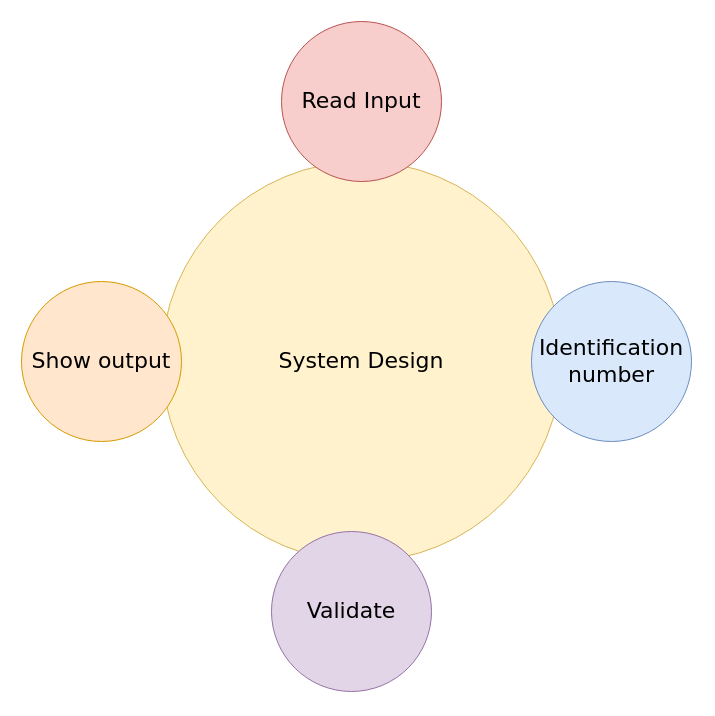
Before: 2_Architecture/Behavior Diagrams/Untitled Diagram.drawio in praveenct7/Ltts_Mini_Project, a draw.io diagram. Source tidied: cells renumbered, new cells numbered last; positions are measured from the earlier drawing's top-left corner, leaving out a move shared by most shapes. Both pictures are drawn from the tidied source at 100%, with x=0, y=0 at pixel (21, 21).
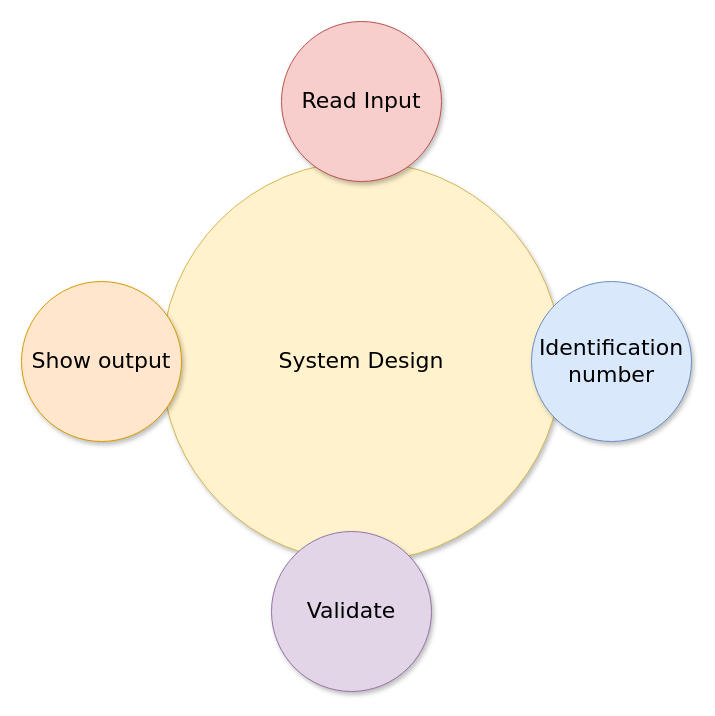
The same diagram, later.

The edit, as a diff of the source:
```diff
@@
 <mxGraphModel background="#ffffff">
   <root>
     <mxCell id="0" />
     <mxCell id="1" parent="0" />
-    <mxCell id="2" value="System Design" style="ellipse;whiteSpace=wrap;html=1;rounded=0;shadow=0;dashed=0;comic=0;fontFamily=Verdana;fontSize=22;fillColor=#fff2cc;strokeColor=#d6b656;" parent="1" vertex="1">
+    <mxCell id="2" value="System Design" style="ellipse;whiteSpace=wrap;html=1;rounded=0;shadow=1;dashed=0;comic=0;fontFamily=Verdana;fontSize=22;fillColor=#fff2cc;strokeColor=#d6b656;sketch=0;" parent="1" vertex="1">
       <mxGeometry x="140" y="140" width="400" height="400" as="geometry" />
     </mxCell>
-    <mxCell id="3" value="Read Input" style="ellipse;whiteSpace=wrap;html=1;rounded=0;shadow=0;dashed=0;comic=0;fontFamily=Verdana;fontSize=22;fillColor=#f8cecc;strokeColor=#b85450;" parent="1" vertex="1">
+    <mxCell id="3" value="Read Input" style="ellipse;whiteSpace=wrap;html=1;rounded=0;shadow=1;dashed=0;comic=0;fontFamily=Verdana;fontSize=22;fillColor=#f8cecc;strokeColor=#b85450;" parent="1" vertex="1">
       <mxGeometry x="260" width="160" height="160" as="geometry" />
     </mxCell>
-    <mxCell id="4" value="Validate" style="ellipse;whiteSpace=wrap;html=1;rounded=0;shadow=0;dashed=0;comic=0;fontFamily=Verdana;fontSize=22;fillColor=#e1d5e7;strokeColor=#9673a6;" parent="1" vertex="1">
+    <mxCell id="4" value="Validate" style="ellipse;whiteSpace=wrap;html=1;rounded=0;shadow=1;dashed=0;comic=0;fontFamily=Verdana;fontSize=22;fillColor=#e1d5e7;strokeColor=#9673a6;" parent="1" vertex="1">
       <mxGeometry x="250" y="510" width="160" height="160" as="geometry" />
     </mxCell>
-    <mxCell id="5" value="Identification number" style="ellipse;whiteSpace=wrap;html=1;rounded=0;shadow=0;dashed=0;comic=0;fontFamily=Verdana;fontSize=22;fillColor=#dae8fc;strokeColor=#6c8ebf;" parent="1" vertex="1">
+    <mxCell id="5" value="Identification number" style="ellipse;whiteSpace=wrap;html=1;rounded=0;shadow=1;dashed=0;comic=0;fontFamily=Verdana;fontSize=22;fillColor=#dae8fc;strokeColor=#6c8ebf;" parent="1" vertex="1">
       <mxGeometry x="510" y="260" width="160" height="160" as="geometry" />
     </mxCell>
-    <mxCell id="6" value="Show output" style="ellipse;whiteSpace=wrap;html=1;rounded=0;shadow=0;dashed=0;comic=0;fontFamily=Verdana;fontSize=22;fillColor=#ffe6cc;strokeColor=#d79b00;" parent="1" vertex="1">
+    <mxCell id="6" value="Show output" style="ellipse;whiteSpace=wrap;html=1;rounded=0;shadow=1;dashed=0;comic=0;fontFamily=Verdana;fontSize=22;fillColor=#ffe6cc;strokeColor=#d79b00;" parent="1" vertex="1">
       <mxGeometry y="260" width="160" height="160" as="geometry" />
     </mxCell>
   </root>
 </mxGraphModel>
```
